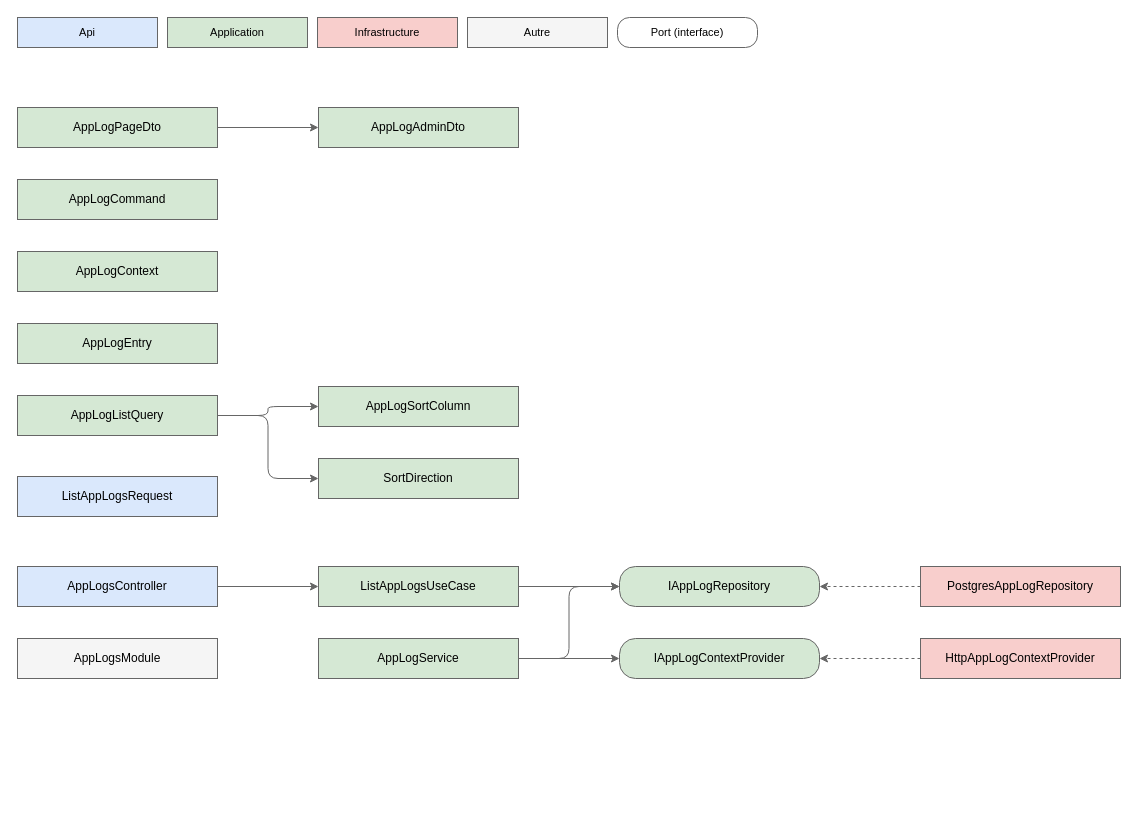
Earlier version of the draw.io diagram api/docs/diagrams/Core/AppLogs/applogs.drawio (huiitre/Tools-app). Source tidied: cells renumbered, new cells numbered last; positions are measured from the earlier drawing's top-left corner, leaving out a move shared by most shapes. Both pictures are drawn from the tidied source at 100%, with x=0, y=0 at pixel (17, 17).
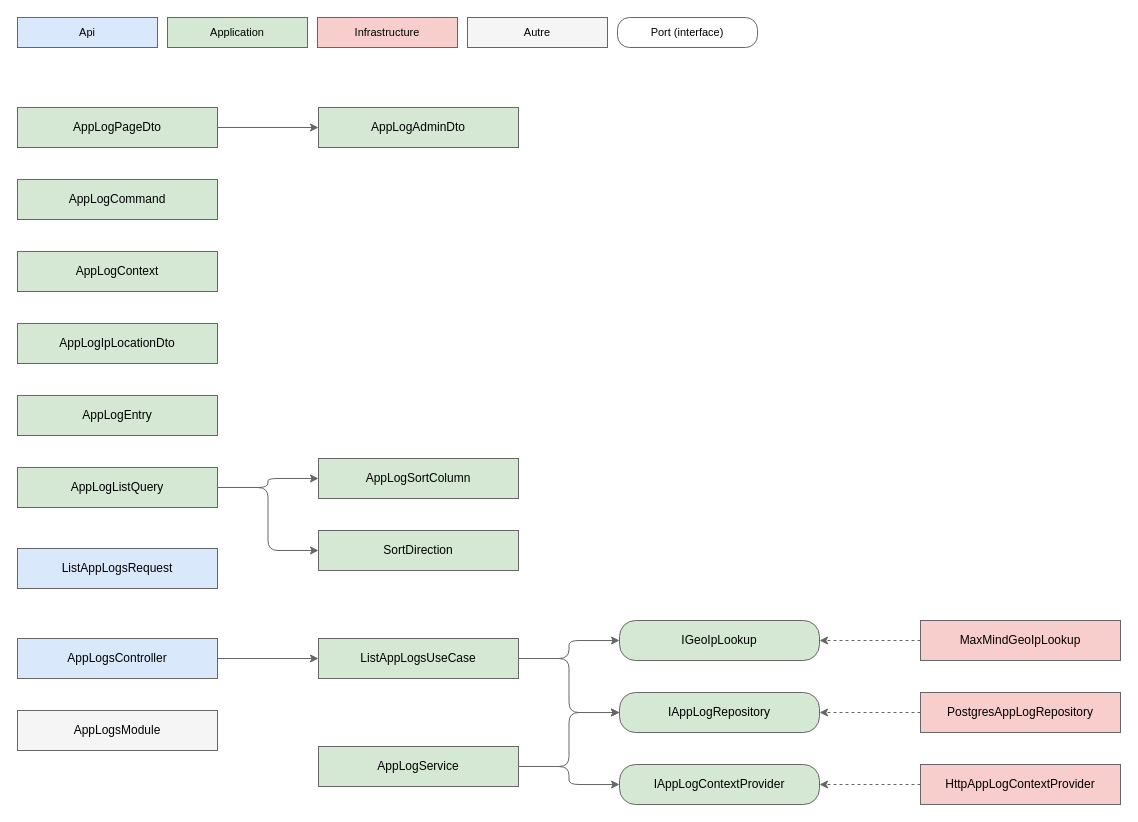
The same page after the edit.

Diff of the diagram source:
```diff
@@
     <mxCell id="10" value="AppLogEntry" style="rounded=0;whiteSpace=wrap;html=1;fillColor=#d5e8d4;strokeColor=#666666;" parent="1" vertex="1">
-      <mxGeometry y="306" width="200" height="40" as="geometry" />
+      <mxGeometry y="378" width="200" height="40" as="geometry" />
     </mxCell>
+    <mxCell id="33" value="AppLogIpLocationDto" style="rounded=0;whiteSpace=wrap;html=1;fillColor=#d5e8d4;strokeColor=#666666;" parent="1" vertex="1">
+      <mxGeometry y="306" width="200" height="40" as="geometry" />
+    </mxCell>
     <mxCell id="11" value="AppLogListQuery" style="rounded=0;whiteSpace=wrap;html=1;fillColor=#d5e8d4;strokeColor=#666666;" parent="1" vertex="1">
-      <mxGeometry y="378" width="200" height="40" as="geometry" />
+      <mxGeometry y="450" width="200" height="40" as="geometry" />
     </mxCell>
@@
     <mxCell id="13" value="AppLogService" style="rounded=0;whiteSpace=wrap;html=1;fillColor=#d5e8d4;strokeColor=#666666;" parent="1" vertex="1">
-      <mxGeometry x="301" y="621" width="200" height="40" as="geometry" />
+      <mxGeometry x="301" y="729" width="200" height="40" as="geometry" />
     </mxCell>
     <mxCell id="14" value="AppLogSortColumn" style="rounded=0;whiteSpace=wrap;html=1;fillColor=#d5e8d4;strokeColor=#666666;" parent="1" vertex="1">
-      <mxGeometry x="301" y="369" width="200" height="40" as="geometry" />
+      <mxGeometry x="301" y="441" width="200" height="40" as="geometry" />
     </mxCell>
     <mxCell id="15" value="AppLogsController" style="rounded=0;whiteSpace=wrap;html=1;fillColor=#dae8fc;strokeColor=#666666;" parent="1" vertex="1">
-      <mxGeometry y="549" width="200" height="40" as="geometry" />
+      <mxGeometry y="621" width="200" height="40" as="geometry" />
     </mxCell>
     <mxCell id="16" value="AppLogsModule" style="rounded=0;whiteSpace=wrap;html=1;fillColor=#f5f5f5;strokeColor=#666666;" parent="1" vertex="1">
-      <mxGeometry y="621" width="200" height="40" as="geometry" />
+      <mxGeometry y="693" width="200" height="40" as="geometry" />
     </mxCell>
     <mxCell id="17" value="HttpAppLogContextProvider" style="rounded=0;whiteSpace=wrap;html=1;fillColor=#f8cecc;strokeColor=#666666;" parent="1" vertex="1">
-      <mxGeometry x="903" y="621" width="200" height="40" as="geometry" />
+      <mxGeometry x="903" y="747" width="200" height="40" as="geometry" />
     </mxCell>
     <mxCell id="18" value="IAppLogContextProvider" style="rounded=1;arcSize=40;whiteSpace=wrap;html=1;fillColor=#d5e8d4;strokeColor=#666666;" parent="1" vertex="1">
-      <mxGeometry x="602" y="621" width="200" height="40" as="geometry" />
+      <mxGeometry x="602" y="747" width="200" height="40" as="geometry" />
     </mxCell>
     <mxCell id="19" value="IAppLogRepository" style="rounded=1;arcSize=40;whiteSpace=wrap;html=1;fillColor=#d5e8d4;strokeColor=#666666;" parent="1" vertex="1">
-      <mxGeometry x="602" y="549" width="200" height="40" as="geometry" />
+      <mxGeometry x="602" y="675" width="200" height="40" as="geometry" />
     </mxCell>
+    <mxCell id="34" value="IGeoIpLookup" style="rounded=1;arcSize=40;whiteSpace=wrap;html=1;fillColor=#d5e8d4;strokeColor=#666666;" parent="1" vertex="1">
+      <mxGeometry x="602" y="603" width="200" height="40" as="geometry" />
+    </mxCell>
     <mxCell id="20" value="ListAppLogsRequest" style="rounded=0;whiteSpace=wrap;html=1;fillColor=#dae8fc;strokeColor=#666666;" parent="1" vertex="1">
-      <mxGeometry y="459" width="200" height="40" as="geometry" />
+      <mxGeometry y="531" width="200" height="40" as="geometry" />
     </mxCell>
     <mxCell id="21" value="ListAppLogsUseCase" style="rounded=0;whiteSpace=wrap;html=1;fillColor=#d5e8d4;strokeColor=#666666;" parent="1" vertex="1">
-      <mxGeometry x="301" y="549" width="200" height="40" as="geometry" />
+      <mxGeometry x="301" y="621" width="200" height="40" as="geometry" />
     </mxCell>
+    <mxCell id="35" value="MaxMindGeoIpLookup" style="rounded=0;whiteSpace=wrap;html=1;fillColor=#f8cecc;strokeColor=#666666;" parent="1" vertex="1">
+      <mxGeometry x="903" y="603" width="200" height="40" as="geometry" />
+    </mxCell>
     <mxCell id="22" value="PostgresAppLogRepository" style="rounded=0;whiteSpace=wrap;html=1;fillColor=#f8cecc;strokeColor=#666666;" parent="1" vertex="1">
-      <mxGeometry x="903" y="549" width="200" height="40" as="geometry" />
+      <mxGeometry x="903" y="675" width="200" height="40" as="geometry" />
     </mxCell>
     <mxCell id="23" value="SortDirection" style="rounded=0;whiteSpace=wrap;html=1;fillColor=#d5e8d4;strokeColor=#666666;" parent="1" vertex="1">
-      <mxGeometry x="301" y="441" width="200" height="40" as="geometry" />
+      <mxGeometry x="301" y="513" width="200" height="40" as="geometry" />
     </mxCell>
@@
-    <mxCell id="32" style="edgeStyle=orthogonalEdgeStyle;rounded=1;html=1;jettySize=auto;exitX=0;exitY=0.5;entryX=1;entryY=0.5;exitDx=0;exitDy=0;entryDx=0;entryDy=0;strokeColor=#666666;dashed=1;" parent="1" edge="1" source="22" target="19">
+    <mxCell id="32" style="edgeStyle=orthogonalEdgeStyle;rounded=1;html=1;jettySize=auto;exitX=1;exitY=0.5;entryX=0;entryY=0.5;exitDx=0;exitDy=0;entryDx=0;entryDy=0;strokeColor=#666666;" parent="1" edge="1" source="21" target="34">
       <mxGeometry relative="1" as="geometry" />
     </mxCell>
+    <mxCell id="36" style="edgeStyle=orthogonalEdgeStyle;rounded=1;html=1;jettySize=auto;exitX=0;exitY=0.5;entryX=1;entryY=0.5;exitDx=0;exitDy=0;entryDx=0;entryDy=0;strokeColor=#666666;dashed=1;" parent="1" edge="1" source="35" target="34">
+      <mxGeometry relative="1" as="geometry" />
+    </mxCell>
+    <mxCell id="37" style="edgeStyle=orthogonalEdgeStyle;rounded=1;html=1;jettySize=auto;exitX=0;exitY=0.5;entryX=1;entryY=0.5;exitDx=0;exitDy=0;entryDx=0;entryDy=0;strokeColor=#666666;dashed=1;" parent="1" edge="1" source="22" target="19">
+      <mxGeometry relative="1" as="geometry" />
+    </mxCell>
```
